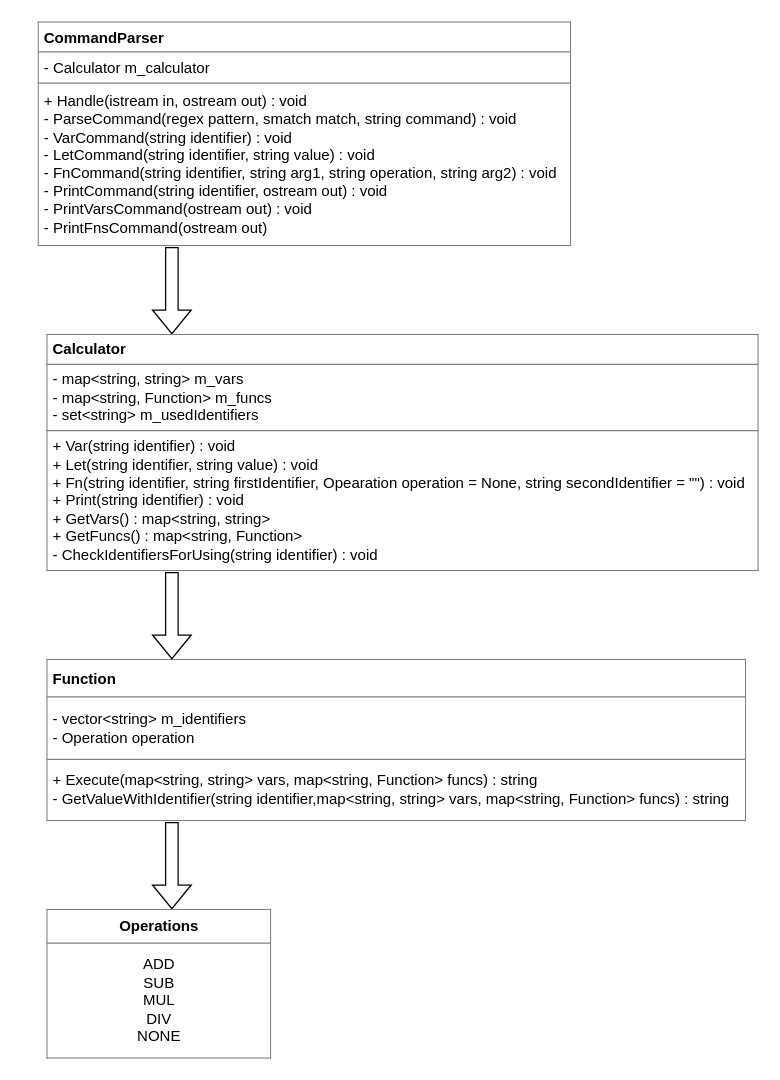
Earlier version of the draw.io diagram lw3/2/Diagram.drawio (ProstP/OOP). Source tidied: cells renumbered, new cells numbered last; positions are measured from the earlier drawing's top-left corner, leaving out a move shared by most shapes. Both pictures are drawn from the tidied source at 125%, with x=0, y=0 at pixel (38, 21).
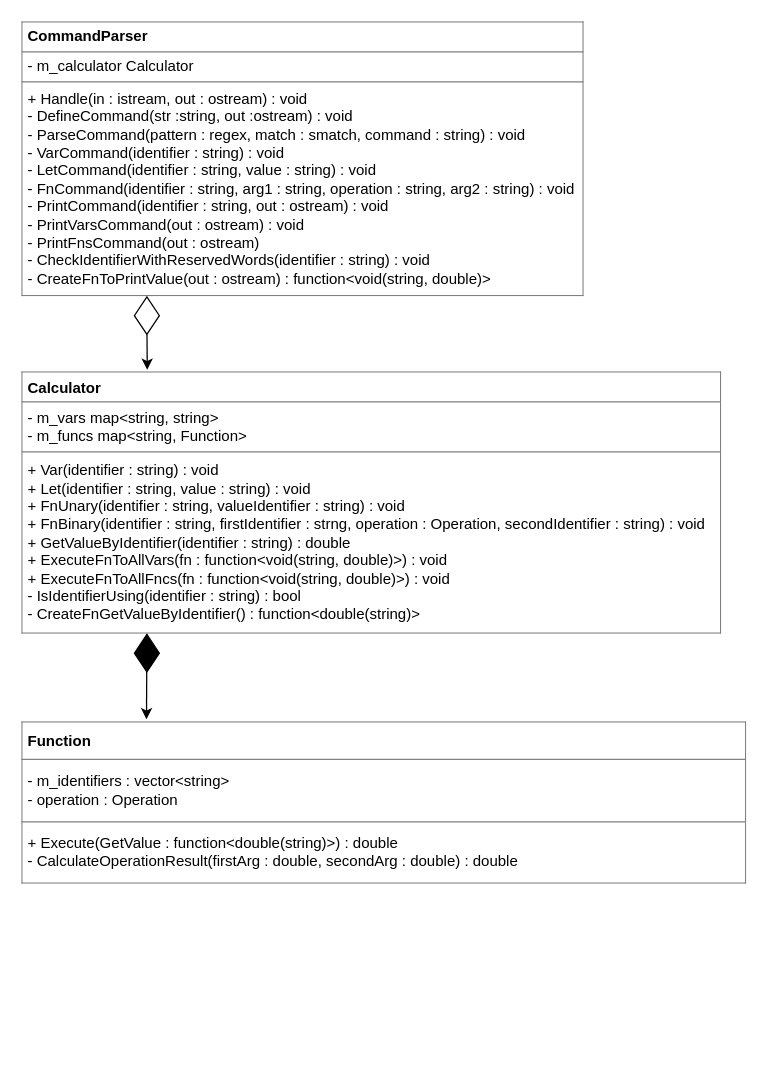
After the change.

Diff of the diagram source:
```diff
@@
 <mxGraphModel>
   <root>
     <mxCell id="0" />
     <mxCell id="1" parent="0" />
-    <mxCell id="2" value="&lt;table border=&quot;1&quot; width=&quot;100%&quot; height=&quot;100%&quot; cellpadding=&quot;4&quot; style=&quot;width:100%;height:100%;border-collapse:collapse;&quot;&gt;&lt;tbody&gt;&lt;tr&gt;&lt;th&gt;&lt;b&gt;CommandParser&lt;/b&gt;&lt;/th&gt;&lt;/tr&gt;&lt;tr&gt;&lt;td&gt;- Calculator m_calculator&lt;/td&gt;&lt;/tr&gt;&lt;tr&gt;&lt;td&gt;+ Handle(istream in, ostream out) : void&lt;br&gt;- ParseCommand(regex pattern, smatch match, string command) : void&lt;br&gt;-&amp;nbsp;VarCommand(string identifier) : void&lt;br&gt;-&amp;nbsp;LetCommand(string identifier, string value) : void&lt;br&gt;- FnCommand(string identifier, string arg1, string operation, string arg2) : void&lt;br&gt;- PrintCommand(string identifier, ostream out) : void&lt;br&gt;-&amp;nbsp;PrintVarsCommand(ostream out) : void&lt;br&gt;-&amp;nbsp;PrintFnsCommand(ostream out)&lt;/td&gt;&lt;/tr&gt;&lt;/tbody&gt;&lt;/table&gt;" style="text;html=1;whiteSpace=wrap;strokeColor=none;fillColor=none;overflow=fill;align=left;" parent="1" vertex="1">
-      <mxGeometry width="427" height="180" as="geometry" />
+    <mxCell id="2" value="&lt;table border=&quot;1&quot; width=&quot;100%&quot; height=&quot;100%&quot; cellpadding=&quot;4&quot; style=&quot;width:100%;height:100%;border-collapse:collapse;&quot;&gt;&lt;tbody&gt;&lt;tr&gt;&lt;th&gt;&lt;b&gt;CommandParser&lt;/b&gt;&lt;/th&gt;&lt;/tr&gt;&lt;tr&gt;&lt;td&gt;- m_calculator Calculator&lt;/td&gt;&lt;/tr&gt;&lt;tr&gt;&lt;td&gt;+ Handle(in : istream, out : ostream) : void&lt;br&gt;- DefineCommand(str :string, out :ostream) : void&lt;br&gt;- ParseCommand(pattern : regex, match : smatch, command : string) : void&lt;br&gt;-&amp;nbsp;VarCommand(identifier : string) : void&lt;br&gt;-&amp;nbsp;LetCommand(identifier : string, value : string) : void&lt;br&gt;- FnCommand(identifier : string, arg1 : string, operation : string, arg2 : string) : void&lt;br&gt;- PrintCommand(identifier : string, out : ostream) : void&lt;br&gt;-&amp;nbsp;PrintVarsCommand(out : ostream) : void&lt;br&gt;-&amp;nbsp;PrintFnsCommand(out : ostream)&lt;br&gt;-&amp;nbsp;CheckIdentifierWithReservedWords(identifier : string) : void&lt;br&gt;- CreateFnToPrintValue(out : ostream) : function&amp;lt;void(string, double)&amp;gt;&lt;br&gt;&lt;/td&gt;&lt;/tr&gt;&lt;/tbody&gt;&lt;/table&gt;" style="text;html=1;whiteSpace=wrap;strokeColor=none;fillColor=none;overflow=fill;align=left;" parent="1" vertex="1">
+      <mxGeometry x="-13" width="450" height="220" as="geometry" />
     </mxCell>
-    <mxCell id="3" style="shape=flexArrow;endArrow=classic;html=1;rounded=0;" parent="1" edge="1">
-      <mxGeometry relative="1" as="geometry">
-        <mxPoint x="107" y="180" as="sourcePoint" />
-        <mxPoint x="107" y="250" as="targetPoint" />
-      </mxGeometry>
-    </mxCell>
-    <mxCell id="4" value="&lt;table border=&quot;1&quot; width=&quot;100%&quot; height=&quot;100%&quot; cellpadding=&quot;4&quot; style=&quot;width:100%;height:100%;border-collapse:collapse;&quot;&gt;&lt;tbody&gt;&lt;tr&gt;&lt;th&gt;&lt;b&gt;Calculator&lt;/b&gt;&lt;/th&gt;&lt;/tr&gt;&lt;tr&gt;&lt;td&gt;- map&amp;lt;string, string&amp;gt; m_vars&lt;br&gt;- map&amp;lt;string, Function&amp;gt; m_funcs&lt;br&gt;- set&amp;lt;string&amp;gt;&amp;nbsp;m_usedIdentifiers&lt;/td&gt;&lt;/tr&gt;&lt;tr&gt;&lt;td&gt;+ Var(string identifier) : void&lt;br&gt;+ Let(string identifier, string value) : void&lt;br&gt;+ Fn(string identifier, string firstIdentifier, Opearation operation = None, string secondIdentifier = &quot;&quot;) : void&lt;br&gt;+ Print(string&amp;nbsp;identifier) : void&lt;br&gt;+&amp;nbsp;GetVars() : map&amp;lt;string, string&amp;gt;&lt;br&gt;+ GetFuncs() : map&amp;lt;string, Function&amp;gt;&lt;br&gt;-&amp;nbsp;CheckIdentifiersForUsing(string&amp;nbsp;identifier) : void&lt;/td&gt;&lt;/tr&gt;&lt;/tbody&gt;&lt;/table&gt;" style="text;html=1;whiteSpace=wrap;strokeColor=none;fillColor=none;overflow=fill;align=left;" parent="1" vertex="1">
-      <mxGeometry x="7" y="250" width="570" height="190" as="geometry" />
+    <mxCell id="4" value="&lt;table border=&quot;1&quot; width=&quot;100%&quot; height=&quot;100%&quot; cellpadding=&quot;4&quot; style=&quot;width:100%;height:100%;border-collapse:collapse;&quot;&gt;&lt;tbody&gt;&lt;tr&gt;&lt;th&gt;&lt;b&gt;Calculator&lt;/b&gt;&lt;/th&gt;&lt;/tr&gt;&lt;tr&gt;&lt;td&gt;- m_vars map&amp;lt;string, string&amp;gt;&lt;br&gt;- m_funcs map&amp;lt;string, Function&amp;gt;&lt;br&gt;&lt;/td&gt;&lt;/tr&gt;&lt;tr&gt;&lt;td&gt;+ Var(identifier : string) : void&lt;br&gt;+ Let(identifier : string, value : string) : void&lt;br&gt;+ FnUnary(identifier : string, valueIdentifier : string) : void&lt;br&gt;+ FnBinary(identifier : string, firstIdentifier : strng, operation : Operation, secondIdentifier : string) : void&lt;br&gt;+ GetValueByIdentifier(identifier : string) : double&lt;br&gt;+&amp;nbsp;ExecuteFnToAllVars(fn : function&amp;lt;void(string, double)&amp;gt;) : void&lt;br&gt;+ ExecuteFnToAllFncs(fn : function&amp;lt;void(string, double)&amp;gt;) : void&lt;br&gt;-&amp;nbsp;IsIdentifierUsing(identifier : string) : bool&lt;br&gt;-&amp;nbsp;CreateFnGetValueByIdentifier() : function&amp;lt;double(string)&amp;gt;&lt;/td&gt;&lt;/tr&gt;&lt;/tbody&gt;&lt;/table&gt;" style="text;html=1;whiteSpace=wrap;strokeColor=none;fillColor=none;overflow=fill;align=left;" parent="1" vertex="1">
+      <mxGeometry x="-13" y="280" width="560" height="210" as="geometry" />
     </mxCell>
-    <mxCell id="5" value="&lt;table border=&quot;1&quot; width=&quot;100%&quot; height=&quot;100%&quot; cellpadding=&quot;4&quot; style=&quot;width:100%;height:100%;border-collapse:collapse;&quot;&gt;&lt;tbody&gt;&lt;tr&gt;&lt;th&gt;&lt;b&gt;Function&lt;/b&gt;&lt;/th&gt;&lt;/tr&gt;&lt;tr&gt;&lt;td&gt;- vector&amp;lt;string&amp;gt; m_identifiers&lt;br&gt;- Operation operation&lt;/td&gt;&lt;/tr&gt;&lt;tr&gt;&lt;td&gt;+ Execute(map&amp;lt;string, string&amp;gt; vars, map&amp;lt;string, Function&amp;gt; funcs) : string&lt;br&gt;-&amp;nbsp;GetValueWithIdentifier(string identifier,map&amp;lt;string, string&amp;gt; vars, map&amp;lt;string, Function&amp;gt; funcs) : string&lt;br&gt;&lt;/td&gt;&lt;/tr&gt;&lt;/tbody&gt;&lt;/table&gt;" style="text;html=1;whiteSpace=wrap;strokeColor=none;fillColor=none;overflow=fill;align=left;" parent="1" vertex="1">
-      <mxGeometry x="7" y="510" width="560" height="130" as="geometry" />
+    <mxCell id="5" value="&lt;table border=&quot;1&quot; width=&quot;100%&quot; height=&quot;100%&quot; cellpadding=&quot;4&quot; style=&quot;width:100%;height:100%;border-collapse:collapse;&quot;&gt;&lt;tbody&gt;&lt;tr&gt;&lt;th&gt;&lt;b&gt;Function&lt;/b&gt;&lt;/th&gt;&lt;/tr&gt;&lt;tr&gt;&lt;td&gt;- m_identifiers : vector&amp;lt;string&amp;gt;&lt;br&gt;- operation : Operation&lt;/td&gt;&lt;/tr&gt;&lt;tr&gt;&lt;td&gt;+ Execute(GetValue : function&amp;lt;double(string)&amp;gt;) : double&lt;br&gt;-&amp;nbsp;CalculateOperationResult(firstArg : double, secondArg : double) : double&lt;br&gt;&lt;/td&gt;&lt;/tr&gt;&lt;/tbody&gt;&lt;/table&gt;" style="text;html=1;whiteSpace=wrap;strokeColor=none;fillColor=none;overflow=fill;align=left;" parent="1" vertex="1">
+      <mxGeometry x="-13" y="560" width="580" height="130" as="geometry" />
     </mxCell>
-    <mxCell id="6" style="shape=flexArrow;endArrow=classic;html=1;rounded=0;" parent="1" edge="1">
-      <mxGeometry relative="1" as="geometry">
-        <mxPoint x="107" y="440" as="sourcePoint" />
-        <mxPoint x="107" y="510" as="targetPoint" />
-      </mxGeometry>
-    </mxCell>
-    <mxCell id="7" style="shape=flexArrow;endArrow=classic;html=1;rounded=0;" parent="1" edge="1">
-      <mxGeometry relative="1" as="geometry">
-        <mxPoint x="107" y="640" as="sourcePoint" />
-        <mxPoint x="107" y="710" as="targetPoint" />
-      </mxGeometry>
-    </mxCell>
-    <mxCell id="8" value="&lt;table border=&quot;1&quot; width=&quot;100%&quot; height=&quot;100%&quot; cellpadding=&quot;4&quot; style=&quot;width:100%;height:100%;border-collapse:collapse;&quot;&gt;&lt;tbody&gt;&lt;tr&gt;&lt;th align=&quot;center&quot;&gt;Operations&lt;/th&gt;&lt;/tr&gt;&lt;tr&gt;&lt;td align=&quot;center&quot;&gt;ADD&lt;br&gt;SUB&lt;br&gt;MUL&lt;br&gt;DIV&lt;br&gt;NONE&lt;/td&gt;&lt;/tr&gt;&lt;/tbody&gt;&lt;/table&gt;" style="text;html=1;whiteSpace=wrap;strokeColor=none;fillColor=none;overflow=fill;" parent="1" vertex="1">
-      <mxGeometry x="7" y="710" width="180" height="120" as="geometry" />
-    </mxCell>
+    <mxCell id="9" style="endArrow=classic;html=1;rounded=0;entryX=0.176;entryY=-0.009;entryDx=0;entryDy=0;entryPerimeter=0;" parent="1" edge="1" source="12">
+      <mxGeometry relative="1" as="geometry">
+        <mxPoint x="87.3" y="278.3" as="targetPoint" />
+      </mxGeometry>
+    </mxCell>
+    <mxCell id="10" style="endArrow=classic;html=1;rounded=0;entryX=0.176;entryY=-0.009;entryDx=0;entryDy=0;entryPerimeter=0;exitX=0.5;exitY=0;exitDx=0;exitDy=0;" parent="1" edge="1" source="11">
+      <mxGeometry relative="1" as="geometry">
+        <mxPoint x="86.7" y="558" as="targetPoint" />
+      </mxGeometry>
+    </mxCell>
+    <mxCell id="11" style="rhombus;whiteSpace=wrap;html=1;fillColor=#000000;" parent="1" vertex="1">
+      <mxGeometry x="77" y="490" width="20" height="30" as="geometry" />
+    </mxCell>
+    <mxCell id="12" style="rhombus;whiteSpace=wrap;html=1;" parent="1" vertex="1">
+      <mxGeometry x="77" y="220" width="20" height="30" as="geometry" />
+    </mxCell>
   </root>
 </mxGraphModel>
```
